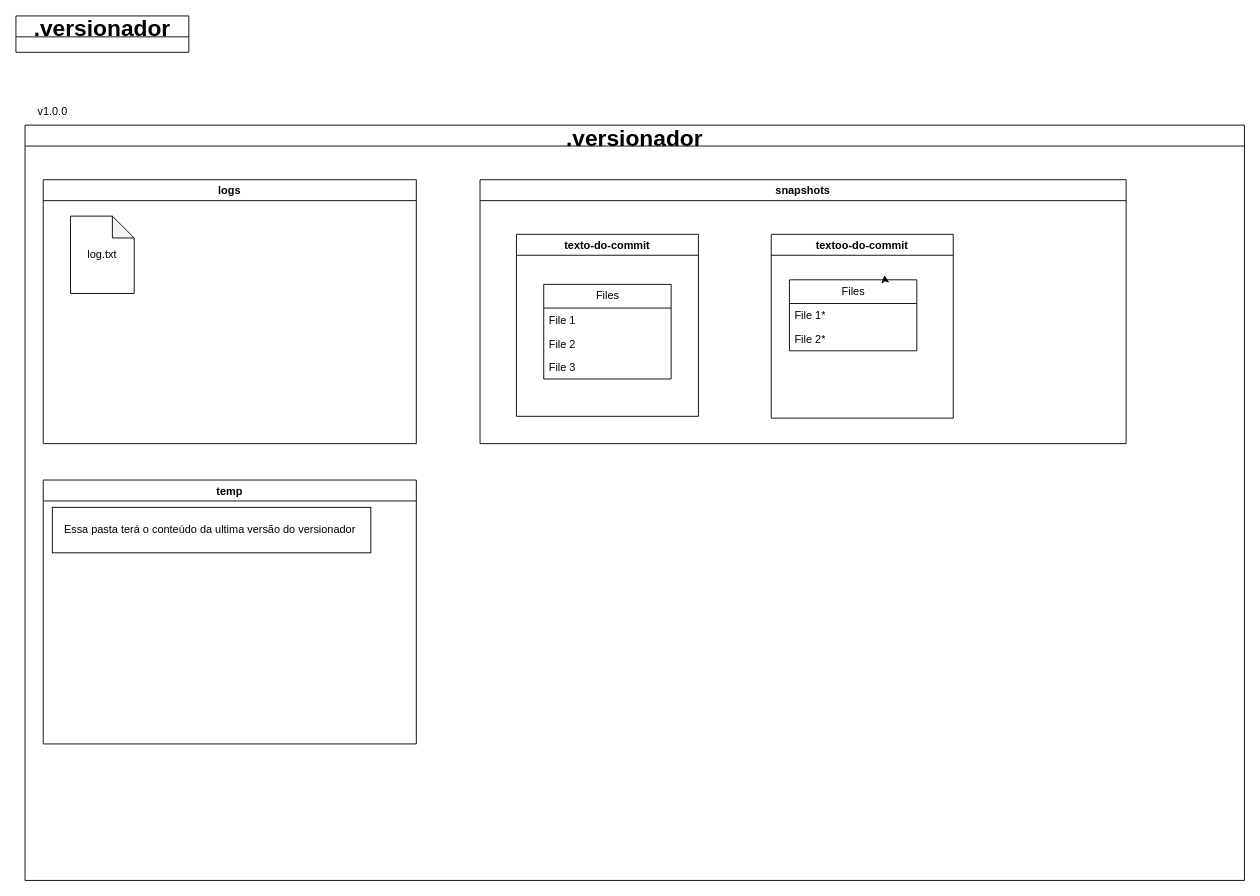
Before: pit.drawio in rafacandido7/versionador-EC-ED-IDP, a draw.io diagram. Source tidied: cells renumbered, new cells numbered last; positions are measured from the earlier drawing's top-left corner, leaving out a move shared by most shapes. Both pictures are drawn from the tidied source at 91%, with x=0, y=0 at pixel (15, 15).
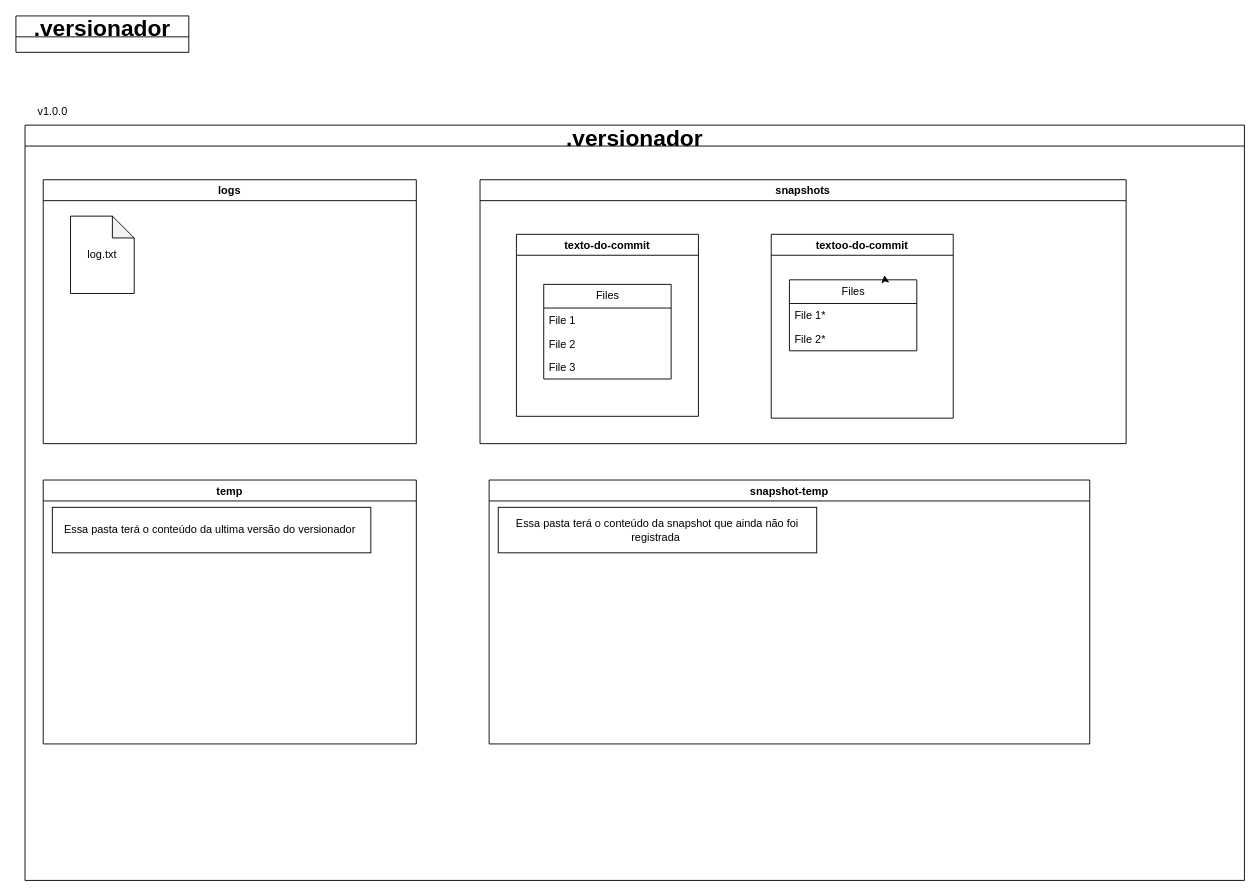
After the change.

The change refers to these unchanged cells:
```xml
<mxCell id="3" value=".versionador" style="swimlane;fontSize=25;" parent="1" vertex="1">
  <mxGeometry x="10" y="120" width="1340" height="830" as="geometry" />
</mxCell>
```

Change to the diagram source:
```diff
@@
+    <mxCell id="20" value="snapshot-temp" style="swimlane;" parent="3" vertex="1">
+      <mxGeometry x="510" y="390" width="660" height="290" as="geometry" />
+    </mxCell>
+    <mxCell id="21" value="Essa pasta terá o conteúdo da snapshot que ainda não foi registrada&amp;nbsp;" style="html=1;whiteSpace=wrap;" parent="20" vertex="1">
+      <mxGeometry x="10" y="30" width="350" height="50" as="geometry" />
+    </mxCell>
```
